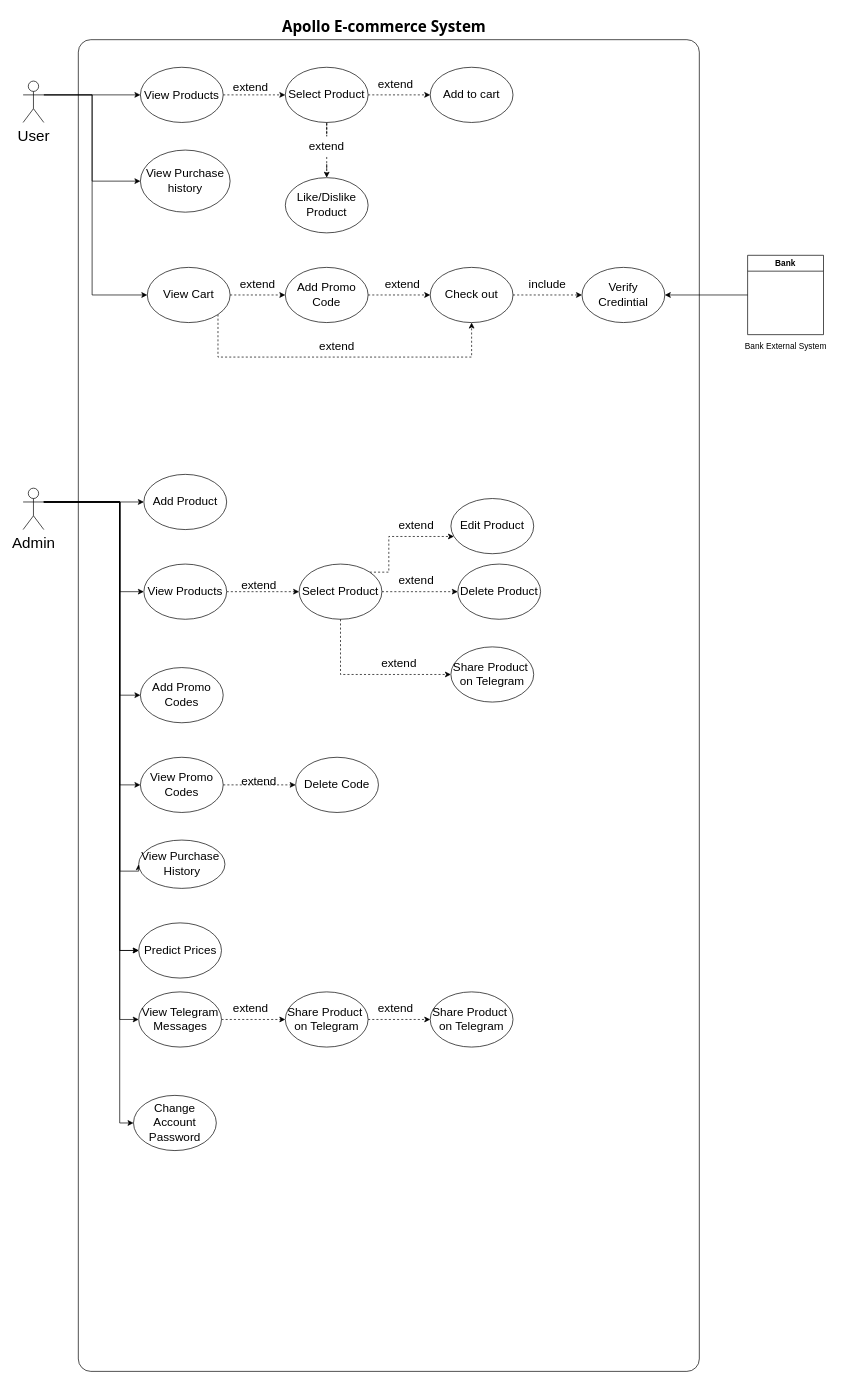
The draw.io diagram Diagrams/Apollo UseCase .drawio in AhmadAboElzahab/Apollo, before the edit. Source tidied: cells renumbered, new cells numbered last; positions are measured from the earlier drawing's top-left corner, leaving out a move shared by most shapes. Both pictures are drawn from the tidied source at 69%, with x=0, y=0 at pixel (23, 12).
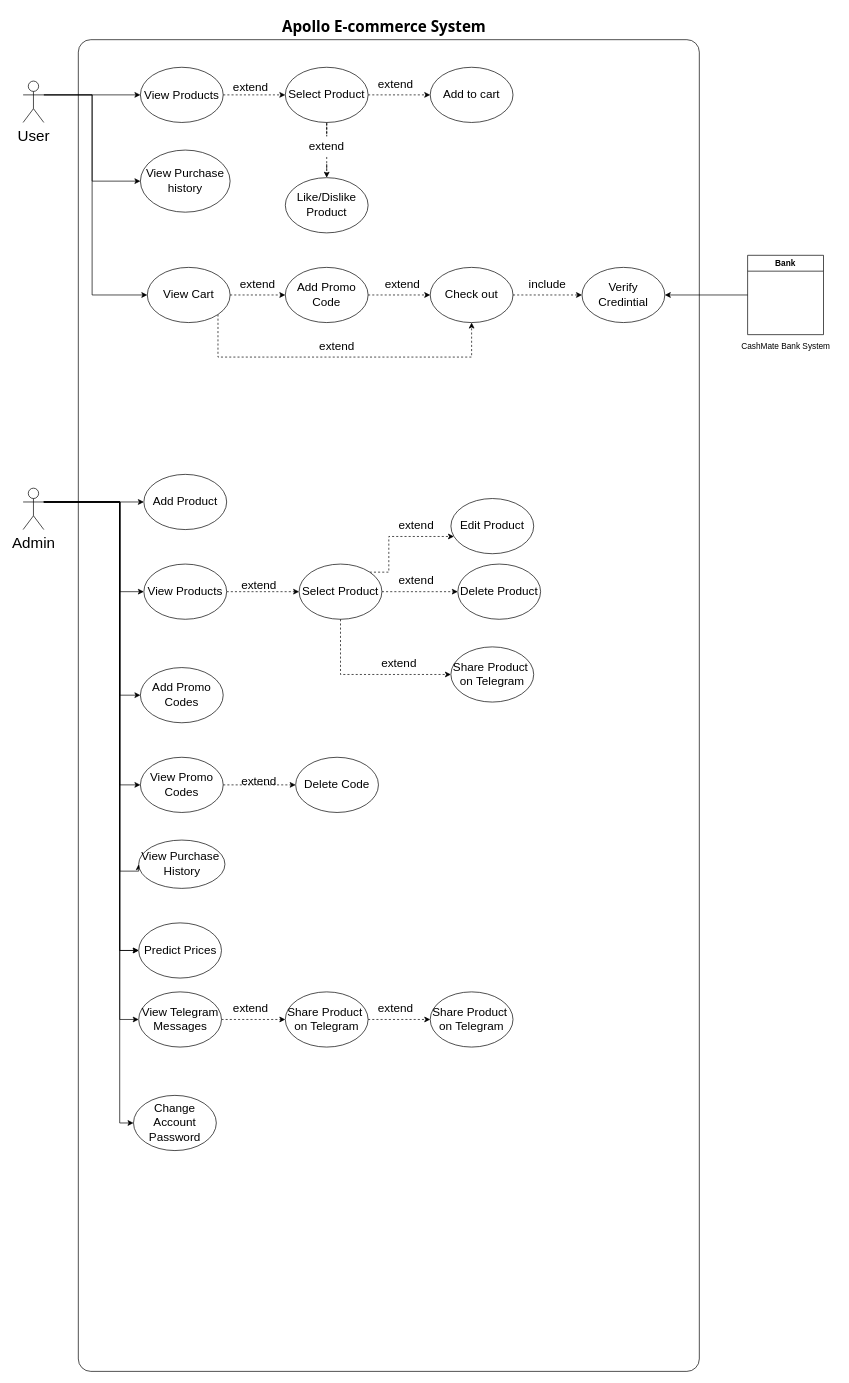
After the change.

Diff of the diagram source:
```diff
@@
-    <mxCell id="57" value="Bank External System" style="text;html=1;align=center;verticalAlign=middle;strokeColor=none;fillColor=none;" parent="1" vertex="1">
-      <mxGeometry x="1035" y="470" width="140" height="30" as="geometry" />
+    <mxCell id="57" value="CashMate Bank System" style="text;html=1;align=center;verticalAlign=middle;strokeColor=none;fillColor=none;" parent="1" vertex="1">
+      <mxGeometry x="1030" y="470" width="150" height="30" as="geometry" />
     </mxCell>
```
